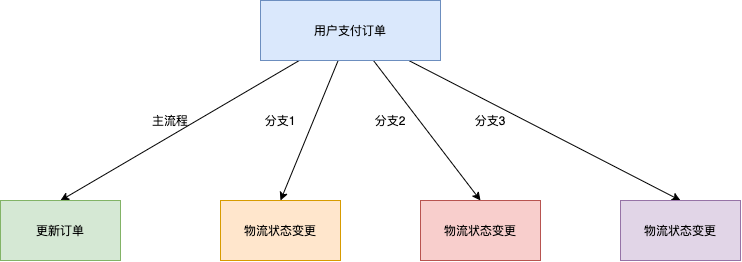
Before: pics/rocketmq/transactionchangjing.png, a diagram exported from draw.io (makemyownlife/makemyownlife.github.io). Source tidied: cells renumbered, new cells last; positions are measured from the earlier drawing's top-left corner, leaving out a move shared by most shapes.
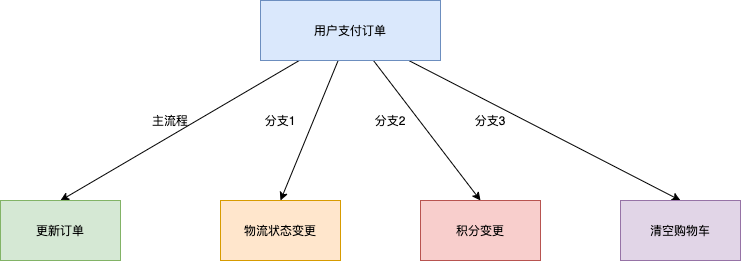
Above is the later version.

Commit message:
事务场景 正常消息

The edit, as a diff of the source:
```diff
@@ -23,10 +23,10 @@
     <mxCell id="8" value="物流状态变更" style="rounded=0;whiteSpace=wrap;html=1;fillColor=#ffe6cc;strokeColor=#d79b00;" parent="1" vertex="1">
       <mxGeometry x="220" y="200" width="120" height="60" as="geometry" />
     </mxCell>
-    <mxCell id="9" value="物流状态变更" style="rounded=0;whiteSpace=wrap;html=1;fillColor=#f8cecc;strokeColor=#b85450;" parent="1" vertex="1">
+    <mxCell id="9" value="积分变更" style="rounded=0;whiteSpace=wrap;html=1;fillColor=#f8cecc;strokeColor=#b85450;" parent="1" vertex="1">
       <mxGeometry x="420" y="200" width="120" height="60" as="geometry" />
     </mxCell>
-    <mxCell id="10" value="物流状态变更" style="rounded=0;whiteSpace=wrap;html=1;fillColor=#e1d5e7;strokeColor=#9673a6;" parent="1" vertex="1">
+    <mxCell id="10" value="清空购物车" style="rounded=0;whiteSpace=wrap;html=1;fillColor=#e1d5e7;strokeColor=#9673a6;" parent="1" vertex="1">
       <mxGeometry x="620" y="200" width="120" height="60" as="geometry" />
     </mxCell>
     <mxCell id="11" value="主流程" style="text;html=1;strokeColor=none;fillColor=none;align=center;verticalAlign=middle;whiteSpace=wrap;rounded=0;" parent="1" vertex="1">
```
